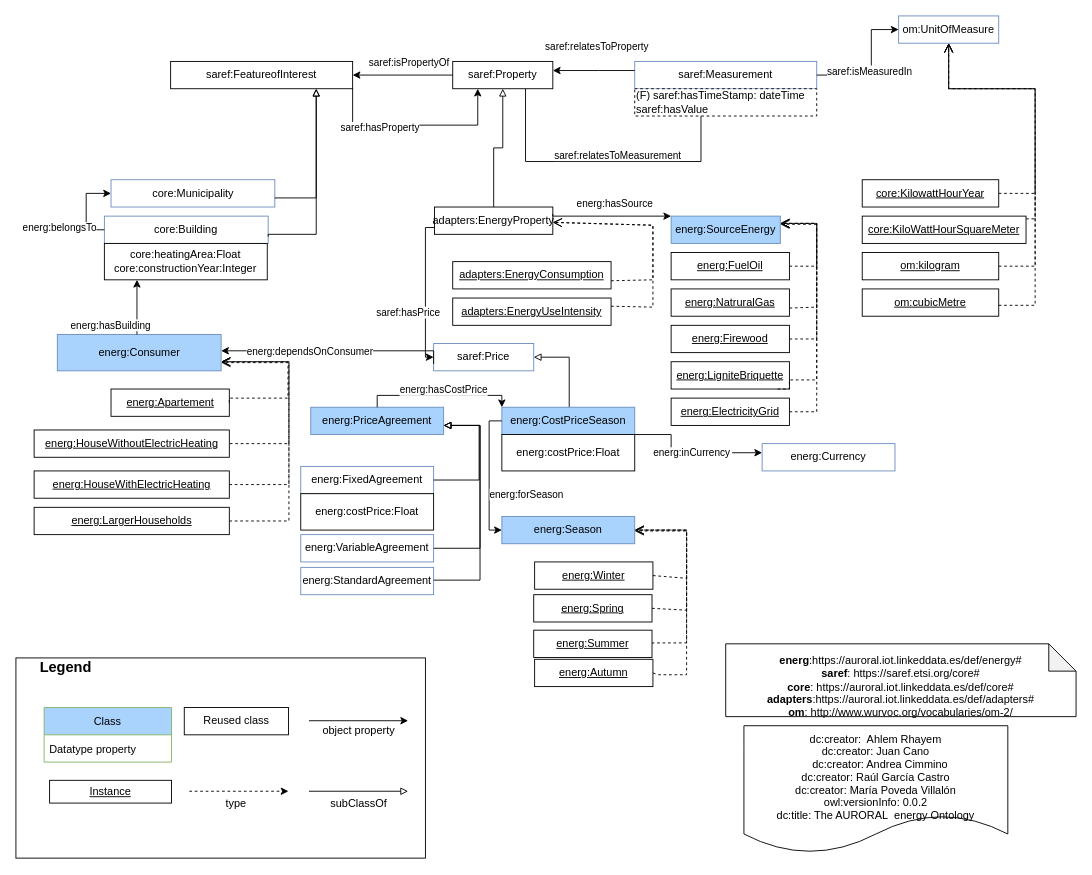
The draw.io diagram diagram/energy.drawio in oeg-upm/auroral-energy-ontology, before the edit. Source tidied: cells renumbered, new cells numbered last; positions are measured from the earlier drawing's top-left corner, leaving out a move shared by most shapes. Both pictures are drawn from the tidied source at 91%, with x=0, y=0 at pixel (15, 15).
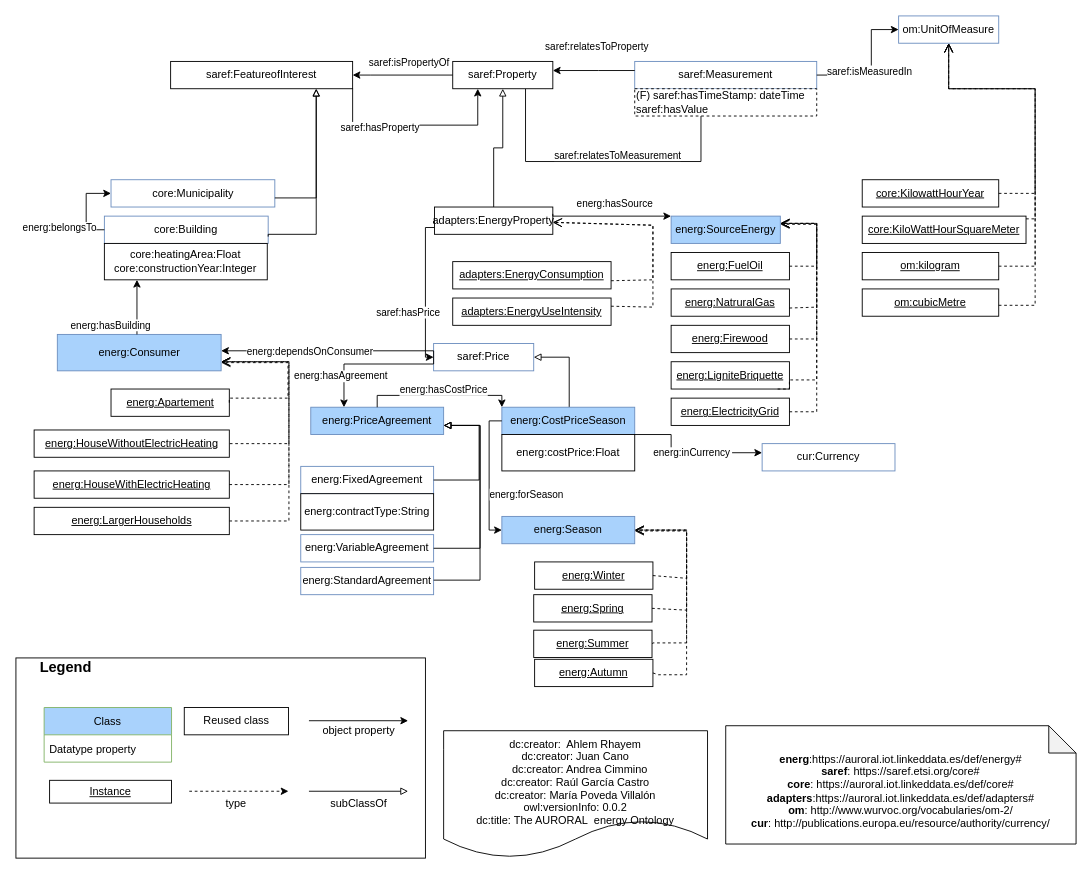
The same page after the edit.

Commit message (it also covers changes not shown here):
create rdf example

Unchanged cells that the change refers to:
```xml
<mxCell id="14" value="saref:Price" style="rounded=0;whiteSpace=wrap;html=1;fillColor=#FFFFFF;strokeColor=#6c8ebf;" parent="1" vertex="1">
  <mxGeometry x="459" y="360" width="110" height="30" as="geometry" />
</mxCell>
<mxCell id="92" value="energ:PriceAgreement" style="rounded=0;whiteSpace=wrap;html=1;fillColor=#A9D2FC;strokeColor=#6c8ebf;" parent="1" vertex="1">
  <mxGeometry x="324" y="430" width="146" height="30" as="geometry" />
</mxCell>
```

The edit, as a diff of the source:
```diff
@@
-    <mxCell id="41" value="&lt;div&gt;&amp;nbsp;&lt;/div&gt;&lt;b&gt;energ&lt;/b&gt;:https://auroral.iot.linkeddata.es/def/energy#&lt;br&gt;&lt;b&gt;saref&lt;/b&gt;:&amp;nbsp;https://saref.etsi.org/core#&lt;br&gt;&lt;b&gt;core&lt;/b&gt;:&amp;nbsp;https://auroral.iot.linkeddata.es/def/core#&lt;br&gt;&lt;b&gt;adapters&lt;/b&gt;:https://auroral.iot.linkeddata.es/def/adapters#&lt;br&gt;&lt;b&gt;om&lt;/b&gt;: http://www.wurvoc.org/vocabularies/om-2/&lt;br&gt;" style="shape=note;whiteSpace=wrap;html=1;backgroundOutline=1;darkOpacity=0.05;" parent="1" vertex="1">
-      <mxGeometry x="780" y="690" width="385" height="80" as="geometry" />
+    <mxCell id="41" value="&lt;div&gt;&amp;nbsp;&lt;/div&gt;&lt;b&gt;energ&lt;/b&gt;:https://auroral.iot.linkeddata.es/def/energy#&lt;br&gt;&lt;b&gt;saref&lt;/b&gt;:&amp;nbsp;https://saref.etsi.org/core#&lt;br&gt;&lt;b&gt;core&lt;/b&gt;:&amp;nbsp;https://auroral.iot.linkeddata.es/def/core#&lt;br&gt;&lt;b&gt;adapters&lt;/b&gt;:https://auroral.iot.linkeddata.es/def/adapters#&lt;br&gt;&lt;b&gt;om&lt;/b&gt;: http://www.wurvoc.org/vocabularies/om-2/&lt;br&gt;&lt;b&gt;cur&lt;/b&gt;: http://publications.europa.eu/resource/authority/currency/" style="shape=note;whiteSpace=wrap;html=1;backgroundOutline=1;darkOpacity=0.05;" parent="1" vertex="1">
+      <mxGeometry x="780" y="780" width="385" height="130" as="geometry" />
     </mxCell>
@@
     <mxCell id="50" value="&#10;dc:creator:  Ahlem Rhayem&#10;dc:creator: Juan Cano&#10;   dc:creator: Andrea Cimmino&#10;dc:creator: Raúl García Castro&#10;dc:creator: María Poveda Villalón&#10;owl:versionInfo: 0.0.2&#10;dc:title: The AURORAL  energy Ontology" style="shape=document;boundedLbl=1;" parent="1" vertex="1">
-      <mxGeometry x="800" y="780" width="290" height="140" as="geometry" />
+      <mxGeometry x="470" y="785.5" width="290" height="140" as="geometry" />
     </mxCell>
@@
-    <mxCell id="99" value="energ:costPrice:Float" style="rounded=0;whiteSpace=wrap;html=1;" parent="1" vertex="1">
+    <mxCell id="99" value="energ:contractType:String" style="rounded=0;whiteSpace=wrap;html=1;" parent="1" vertex="1">
       <mxGeometry x="313" y="525" width="146" height="40" as="geometry" />
     </mxCell>
-    <mxCell id="100" value="energ:Currency" style="rounded=0;whiteSpace=wrap;html=1;fillColor=#FFFFFF;strokeColor=#6c8ebf;" parent="1" vertex="1">
+    <mxCell id="100" value="cur:Currency" style="rounded=0;whiteSpace=wrap;html=1;fillColor=#FFFFFF;strokeColor=#6c8ebf;" parent="1" vertex="1">
       <mxGeometry x="820" y="470" width="146" height="30" as="geometry" />
     </mxCell>
@@
+    <mxCell id="107" style="edgeStyle=orthogonalEdgeStyle;rounded=0;jettySize=auto;html=1;exitX=0;exitY=0.75;exitDx=0;exitDy=0;endArrow=classic;endFill=1;entryX=0.25;entryY=0;entryDx=0;entryDy=0;" parent="1" edge="1" source="14" target="92">
+      <mxGeometry relative="1" as="geometry">
+        <Array as="points">
+          <mxPoint x="361" y="383" />
+        </Array>
+      </mxGeometry>
+    </mxCell>
+    <mxCell id="108" value="energ:hasAgreement" style="edgeLabel;html=1;align=center;verticalAlign=middle;" parent="107" vertex="1">
+      <mxGeometry x="0.22" y="-1" relative="1" as="geometry">
+        <mxPoint x="-14" y="13.5" as="offset" />
+      </mxGeometry>
+    </mxCell>
```
